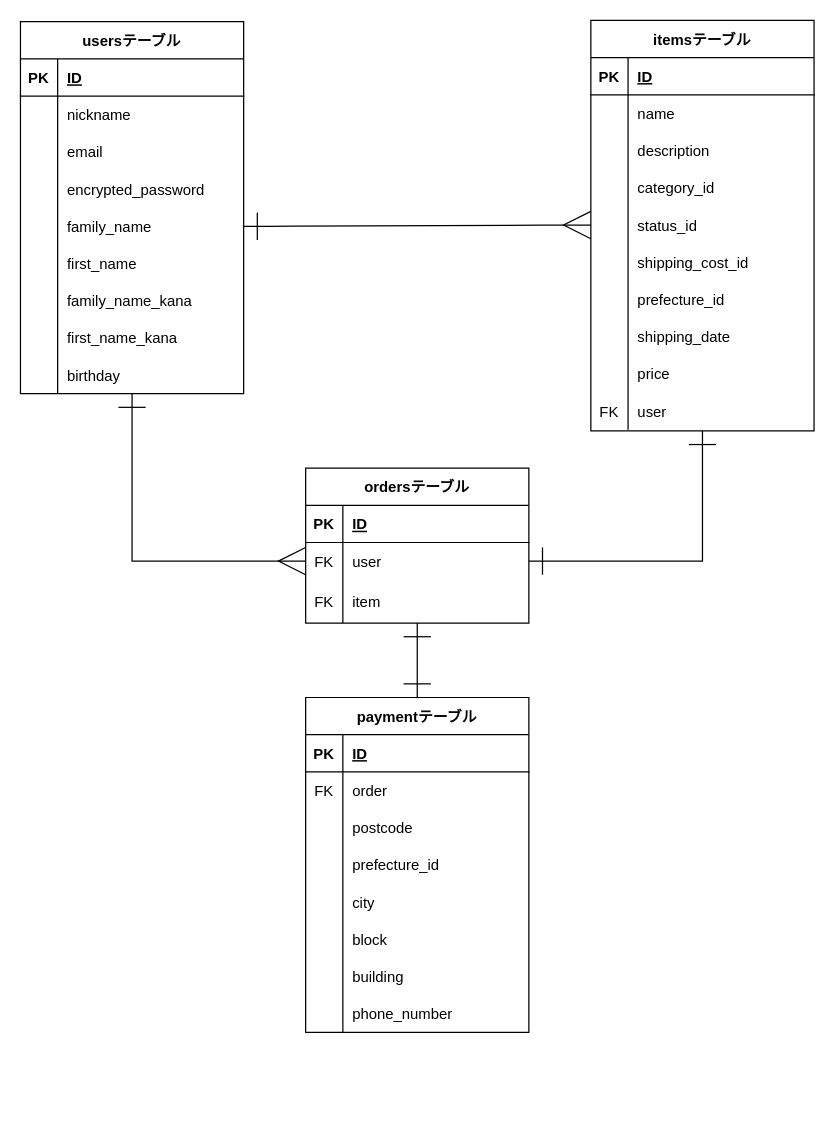
Above: furima-40332.drawio in mameharu2020/furima-40332 (draw.io), before the change. Source tidied: cells renumbered, new cells numbered last; positions are measured from the earlier drawing's top-left corner, leaving out a move shared by most shapes. Both pictures are drawn from the tidied source at 124%, with x=0, y=0 at pixel (20, 20).
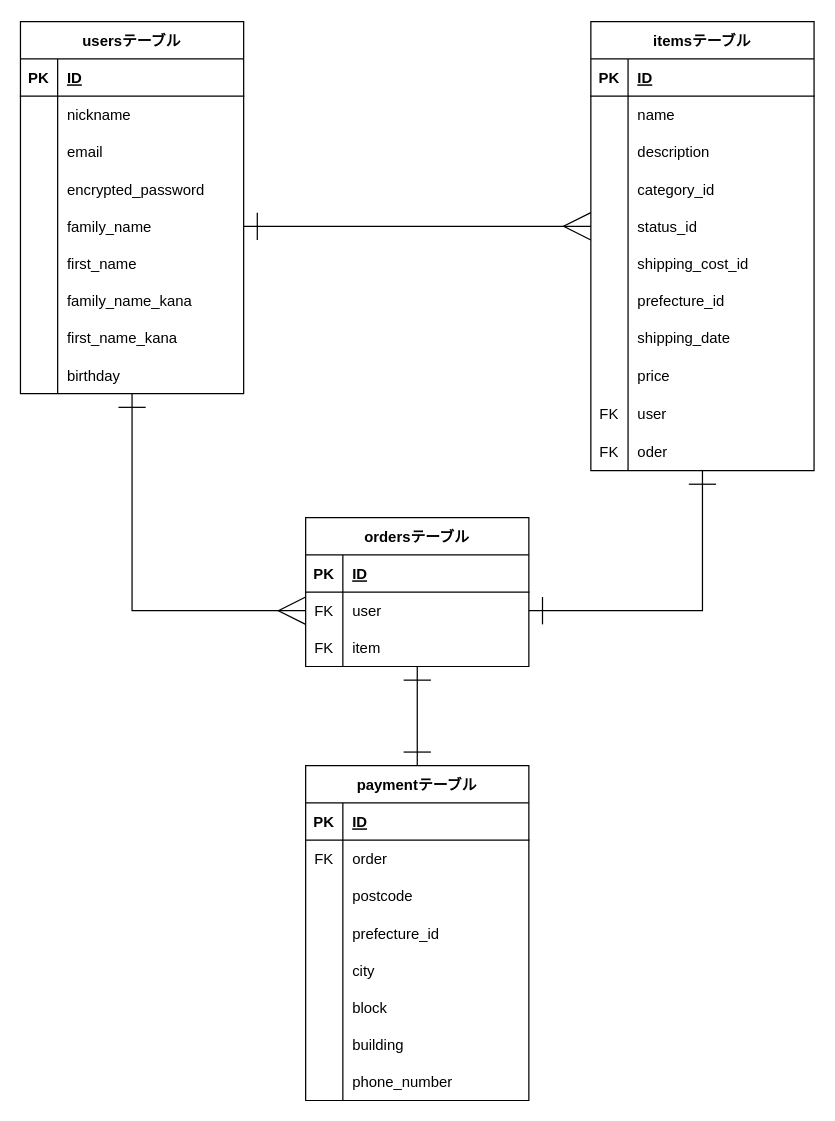
The same page after the edit.

The change refers to these unchanged cells:
```xml
<mxCell id="5" value="usersテーブル" style="shape=table;startSize=30;childLayout=tableLayout;rowLines=0;fontStyle=1;align=center;" parent="1" vertex="1">
  <mxGeometry y="1" width="180" height="300" as="geometry" />
</mxCell>
<mxCell id="72" style="shape=tableRow;horizontal=0;startSize=0;swimlaneHead=0;swimlaneBody=0;fillColor=none;points=[[0,0.5],[1,0.5]];portConstraint=eastwest;top=0;left=0;right=0;bottom=0;" parent="68" vertex="1">
  <mxGeometry y="60" width="180" height="30" as="geometry" />
</mxCell>
```

Change to the diagram source:
```diff
@@
     <mxCell id="4" style="endArrow=ERone;html=1;rounded=0;startSize=20;endSize=20;sourcePerimeterSpacing=15;targetPerimeterSpacing=15;exitX=1;exitY=0.5;exitDx=0;exitDy=0;startArrow=ERone;startFill=0;endFill=0;entryX=0.5;entryY=1;entryDx=0;entryDy=0;" parent="1" edge="1" source="72" target="37">
       <mxGeometry relative="1" as="geometry">
         <Array as="points">
-          <mxPoint x="550" y="436" />
+          <mxPoint x="550" y="476" />
         </Array>
       </mxGeometry>
     </mxCell>
@@
     <mxCell id="37" value="itemsテーブル" style="shape=table;startSize=30;childLayout=tableLayout;rowLines=0;fontStyle=1;align=center;" parent="1" vertex="1">
-      <mxGeometry x="460" width="180" height="331" as="geometry" />
+      <mxGeometry x="460" y="1" width="180" height="362" as="geometry" />
     </mxCell>
@@
     <mxCell id="65" style="shape=tableRow;horizontal=0;startSize=0;swimlaneHead=0;swimlaneBody=0;fillColor=none;top=0;left=0;right=0;bottom=0;" parent="37" vertex="1">
-      <mxGeometry y="300" width="180" height="30" as="geometry" />
+      <mxGeometry y="300" width="180" height="31" as="geometry" />
     </mxCell>
     <mxCell id="66" value="FK" style="shape=partialRectangle;fillColor=none;top=0;left=0;bottom=0;right=0;overflow=hidden;" parent="65" vertex="1">
-      <mxGeometry width="30" height="30" as="geometry" />
+      <mxGeometry width="30" height="31" as="geometry" />
     </mxCell>
     <mxCell id="67" value="user" style="shape=partialRectangle;fillColor=none;top=0;left=0;bottom=0;right=0;align=left;spacingLeft=6;overflow=hidden;" parent="65" vertex="1">
-      <mxGeometry x="30" width="150" height="30" as="geometry" />
+      <mxGeometry x="30" width="150" height="31" as="geometry" />
     </mxCell>
+    <mxCell id="104" style="shape=tableRow;horizontal=0;startSize=0;swimlaneHead=0;swimlaneBody=0;fillColor=none;top=0;left=0;right=0;bottom=0;" parent="37" vertex="1">
+      <mxGeometry y="331" width="180" height="31" as="geometry" />
+    </mxCell>
+    <mxCell id="105" value="FK" style="shape=partialRectangle;fillColor=none;top=0;left=0;bottom=0;right=0;overflow=hidden;" parent="104" vertex="1">
+      <mxGeometry width="30" height="31" as="geometry" />
+    </mxCell>
+    <mxCell id="106" value="oder" style="shape=partialRectangle;fillColor=none;top=0;left=0;bottom=0;right=0;align=left;spacingLeft=6;overflow=hidden;" parent="104" vertex="1">
+      <mxGeometry x="30" width="150" height="31" as="geometry" />
+    </mxCell>
     <mxCell id="68" value="ordersテーブル" style="shape=table;startSize=30;childLayout=tableLayout;rowLines=0;fontStyle=1;align=center;" parent="1" vertex="1">
-      <mxGeometry x="230" y="361" width="180" height="125" as="geometry" />
+      <mxGeometry x="230" y="401" width="180" height="120" as="geometry" />
     </mxCell>
@@
     <mxCell id="75" style="shape=tableRow;horizontal=0;startSize=0;swimlaneHead=0;swimlaneBody=0;fillColor=none;top=0;left=0;right=0;bottom=0;" parent="68" vertex="1">
-      <mxGeometry y="90" width="180" height="35" as="geometry" />
+      <mxGeometry y="90" width="180" height="30" as="geometry" />
     </mxCell>
     <mxCell id="76" value="FK" style="shape=partialRectangle;fillColor=none;top=0;left=0;bottom=0;right=0;overflow=hidden;" parent="75" vertex="1">
-      <mxGeometry width="30" height="35" as="geometry" />
+      <mxGeometry width="30" height="30" as="geometry" />
     </mxCell>
     <mxCell id="77" value="item" style="shape=partialRectangle;fillColor=none;top=0;left=0;bottom=0;right=0;align=left;spacingLeft=6;overflow=hidden;" parent="75" vertex="1">
-      <mxGeometry x="30" width="150" height="35" as="geometry" />
+      <mxGeometry x="30" width="150" height="30" as="geometry" />
     </mxCell>
     <mxCell id="78" style="endArrow=ERmany;html=1;rounded=0;startSize=20;endSize=20;sourcePerimeterSpacing=15;targetPerimeterSpacing=15;exitX=0.5;exitY=1;exitDx=0;exitDy=0;entryX=0;entryY=0.5;entryDx=0;entryDy=0;startArrow=ERone;startFill=0;endFill=0;" parent="1" edge="1" source="5" target="72">
       <mxGeometry relative="1" as="geometry">
         <Array as="points">
-          <mxPoint x="90" y="436" />
+          <mxPoint x="90" y="476" />
         </Array>
       </mxGeometry>
     </mxCell>
     <mxCell id="79" value="paymentテーブル" style="shape=table;startSize=30;childLayout=tableLayout;rowLines=0;fontStyle=1;align=center;" parent="1" vertex="1">
-      <mxGeometry x="230" y="546" width="180" height="270" as="geometry" />
+      <mxGeometry x="230" y="601" width="180" height="270" as="geometry" />
     </mxCell>
```
